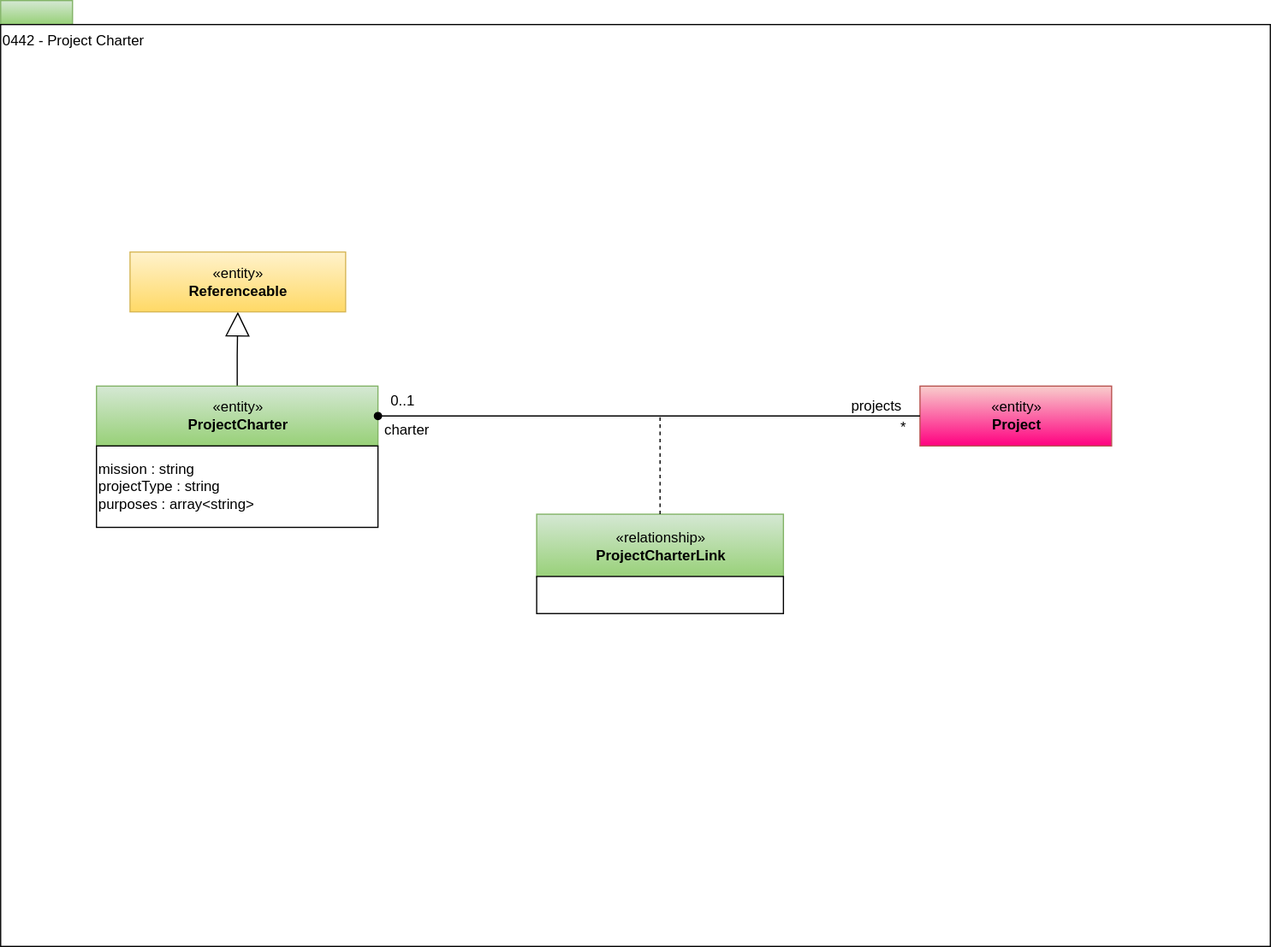
Before: site/docs/types/4/0442-Project-Charter.svg, a diagram exported from draw.io (odpi/egeria-docs). Source tidied: cells renumbered, new cells last; positions are measured from the earlier drawing's top-left corner, leaving out a move shared by most shapes.
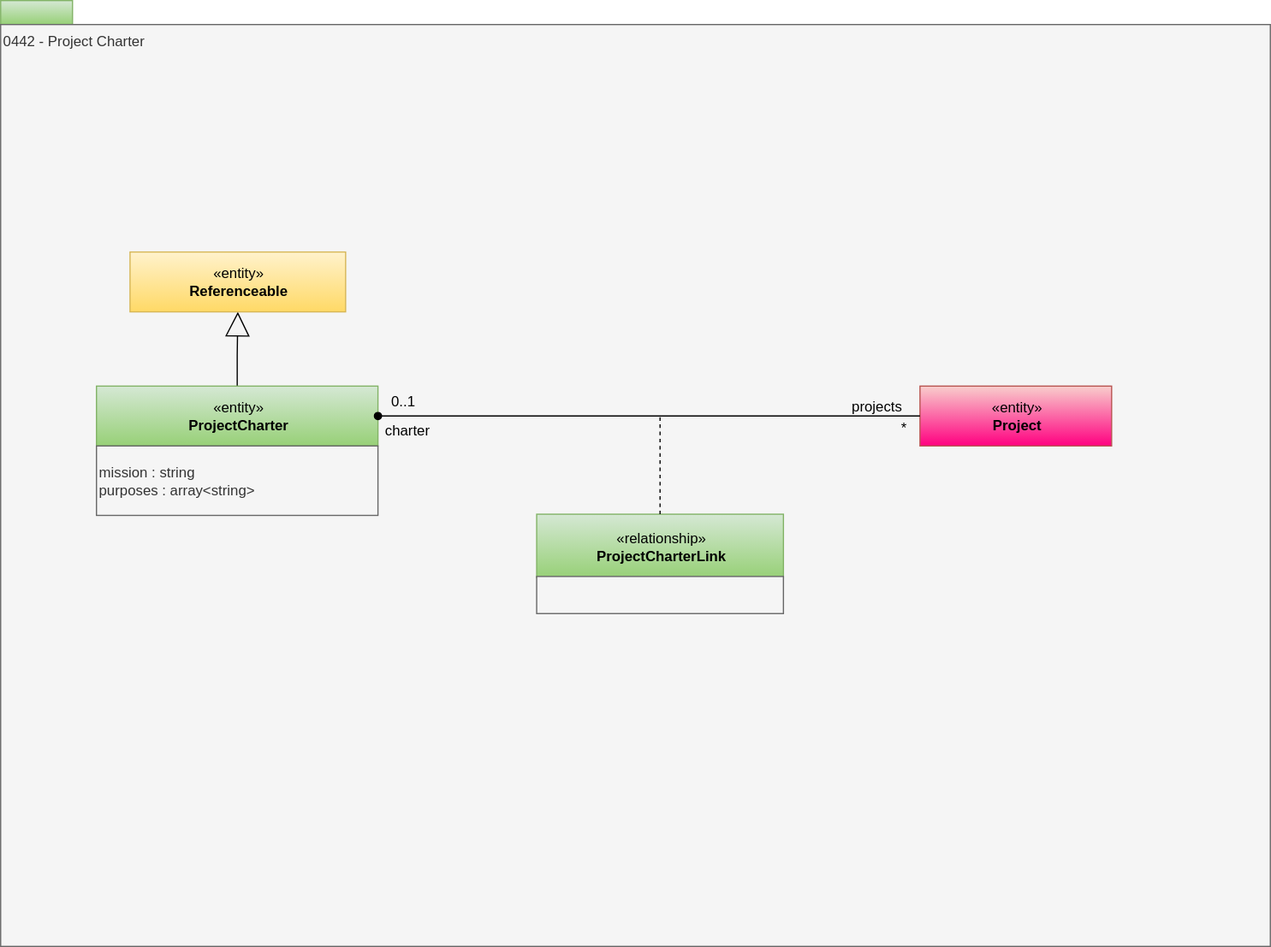
The same diagram one commit later.

Change to the diagram source:
```diff
@@ -5,7 +5,7 @@
     <mxCell id="2" style="rounded=0;whiteSpace=wrap;html=1;align=left;fillColor=#d5e8d4;strokeColor=#82b366;gradientColor=#97d077;" parent="1" vertex="1">
       <mxGeometry width="60" height="20" as="geometry" />
     </mxCell>
-    <mxCell id="3" value="0442 - Project Charter" style="rounded=0;whiteSpace=wrap;html=1;align=left;verticalAlign=top;" parent="1" vertex="1">
+    <mxCell id="3" value="0442 - Project Charter" style="rounded=0;whiteSpace=wrap;html=1;align=left;verticalAlign=top;fillColor=#f5f5f5;fontColor=#333333;strokeColor=#666666;" parent="1" vertex="1">
       <mxGeometry y="20" width="1060" height="770" as="geometry" />
     </mxCell>
     <mxCell id="4" style="edgeStyle=orthogonalEdgeStyle;rounded=0;jettySize=auto;html=1;exitX=0.5;exitY=0;exitDx=0;exitDy=0;endArrow=block;endFill=0;endSize=18;" parent="1" edge="1" source="5" target="6">
@@ -17,8 +17,8 @@
     <mxCell id="6" value="«entity»&lt;br&gt;&lt;b&gt;Referenceable&lt;/b&gt;" style="html=1;strokeColor=#d6b656;align=center;fillColor=#fff2cc;gradientColor=#ffd966;" parent="1" vertex="1">
       <mxGeometry x="108" y="210" width="180" height="50" as="geometry" />
     </mxCell>
-    <mxCell id="7" value="mission : string&lt;br&gt;projectType : string&lt;br&gt;purposes : array&amp;lt;string&amp;gt;" style="rounded=0;whiteSpace=wrap;html=1;strokeColor=#000000;gradientColor=#ffffff;align=left;" parent="1" vertex="1">
-      <mxGeometry x="80" y="372" width="235" height="68" as="geometry" />
+    <mxCell id="7" value="mission : string&lt;br&gt;purposes : array&amp;lt;string&amp;gt;" style="rounded=0;whiteSpace=wrap;html=1;strokeColor=#666666;align=left;fillColor=#f5f5f5;fontColor=#333333;" parent="1" vertex="1">
+      <mxGeometry x="80" y="372" width="235" height="58" as="geometry" />
     </mxCell>
     <mxCell id="8" value="«entity»&lt;br&gt;&lt;b&gt;Project&lt;/b&gt;" style="html=1;strokeColor=#b85450;align=center;fillColor=#f8cecc;gradientColor=#FF0080;" parent="1" vertex="1">
       <mxGeometry x="767.5" y="322" width="160" height="50" as="geometry" />
@@ -37,7 +37,7 @@
         <mxPoint x="550.5" y="348" as="sourcePoint" />
       </mxGeometry>
     </mxCell>
-    <mxCell id="13" style="rounded=0;whiteSpace=wrap;html=1;strokeColor=#000000;gradientColor=#ffffff;align=left;" parent="1" vertex="1">
+    <mxCell id="13" style="rounded=0;whiteSpace=wrap;html=1;strokeColor=#666666;align=left;fillColor=#f5f5f5;fontColor=#333333;" parent="1" vertex="1">
       <mxGeometry x="447.5" y="481" width="206" height="31" as="geometry" />
     </mxCell>
     <mxCell id="14" value="projects" style="text;html=1;strokeColor=none;fillColor=none;align=center;verticalAlign=middle;whiteSpace=wrap;rounded=0;" parent="1" vertex="1">
```
